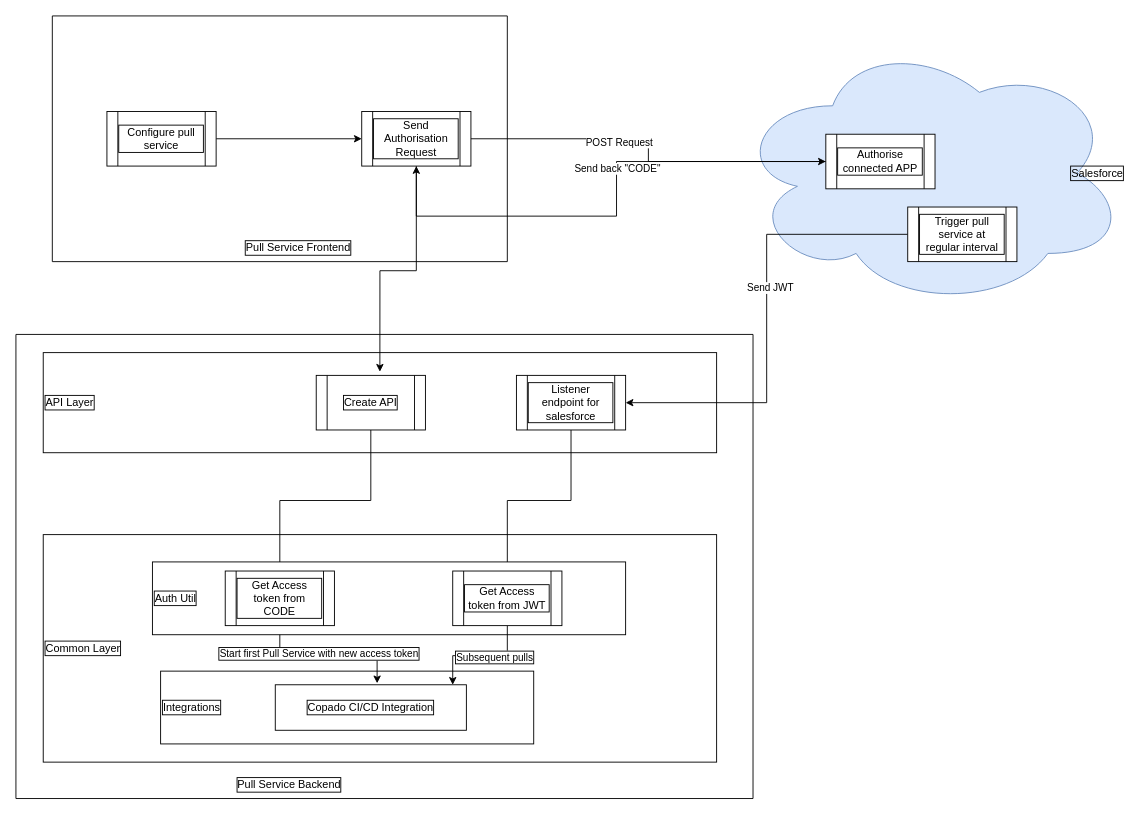
The draw.io diagram pull-service-salesforce-arch.drawio in antaradatta3/diagrams, before the edit. Source tidied: cells renumbered, new cells numbered last; positions are measured from the earlier drawing's top-left corner, leaving out a move shared by most shapes. Both pictures are drawn from the tidied source at 91%, with x=0, y=0 at pixel (15, 15).
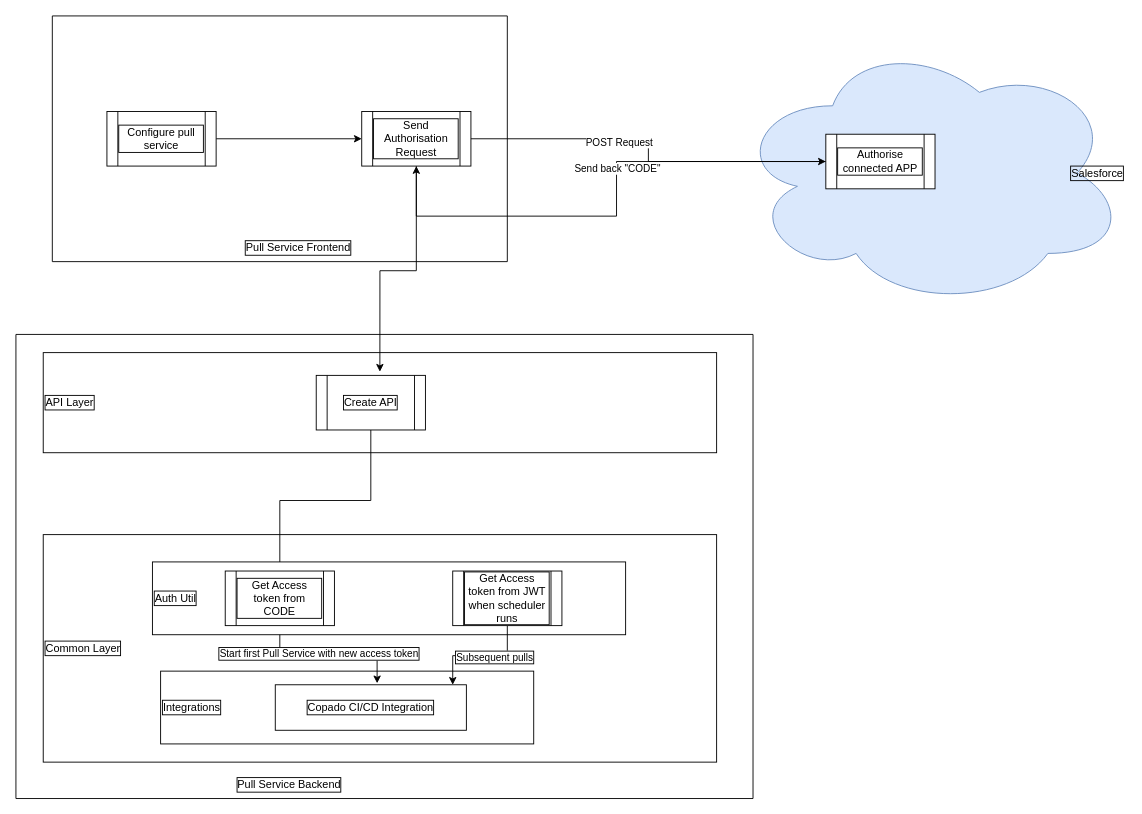
Above is the later version.

Unchanged cells that the change refers to:
```xml
<mxCell id="3" style="swimlane;startSize=0;align=left;" parent="1" vertex="1">
  <mxGeometry y="350" width="810" height="510" as="geometry" />
</mxCell>
```

The edit, as a diff of the source:
```diff
@@
-    <mxCell id="13" style="edgeStyle=orthogonalEdgeStyle;rounded=0;jettySize=auto;html=1;" parent="3" edge="1" source="14" target="19">
-      <mxGeometry relative="1" as="geometry" />
-    </mxCell>
-    <mxCell id="14" value="Listener endpoint for salesforce" style="shape=process;whiteSpace=wrap;html=1;backgroundOutline=1;labelBorderColor=default;" parent="3" vertex="1">
-      <mxGeometry x="550" y="45" width="120" height="60" as="geometry" />
-    </mxCell>
@@
-    <mxCell id="19" value="Get Access token from JWT" style="shape=process;whiteSpace=wrap;html=1;backgroundOutline=1;labelBorderColor=default;" parent="3" vertex="1">
+    <mxCell id="19" value="Get Access token from JWT when scheduler runs" style="shape=process;whiteSpace=wrap;html=1;backgroundOutline=1;labelBorderColor=default;" parent="3" vertex="1">
       <mxGeometry x="480" y="260" width="120" height="60" as="geometry" />
     </mxCell>
@@
-    <mxCell id="31" style="edgeStyle=orthogonalEdgeStyle;rounded=0;jettySize=auto;html=1;entryX=1;entryY=0.5;entryDx=0;entryDy=0;" parent="1" edge="1" source="33" target="14">
-      <mxGeometry relative="1" as="geometry" />
-    </mxCell>
-    <mxCell id="32" value="Send JWT" style="edgeLabel;html=1;align=center;verticalAlign=middle;" parent="31" vertex="1">
-      <mxGeometry x="-0.14" y="3" relative="1" as="geometry" />
-    </mxCell>
-    <mxCell id="33" value="Trigger pull service at regular interval" style="shape=process;whiteSpace=wrap;html=1;backgroundOutline=1;labelBorderColor=default;" parent="1" vertex="1">
-      <mxGeometry x="980" y="210" width="120" height="60" as="geometry" />
-    </mxCell>
```
